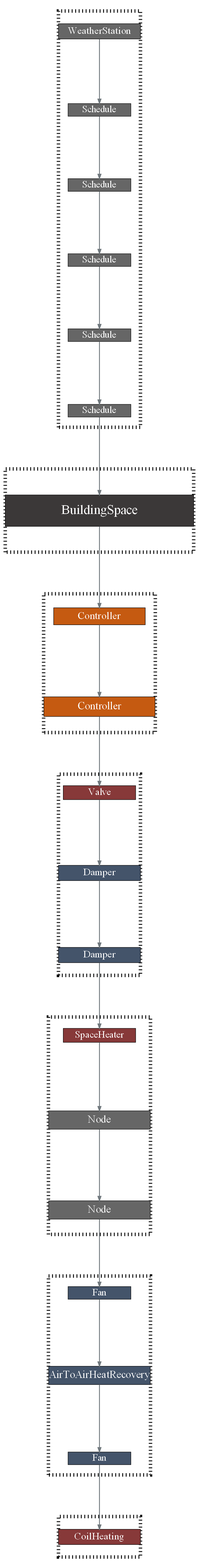
Above: execution_graph.png in JBjoernskov/Twin4Build (Graphviz), before the change. Its source is kept beside it as execution_graph.dot.
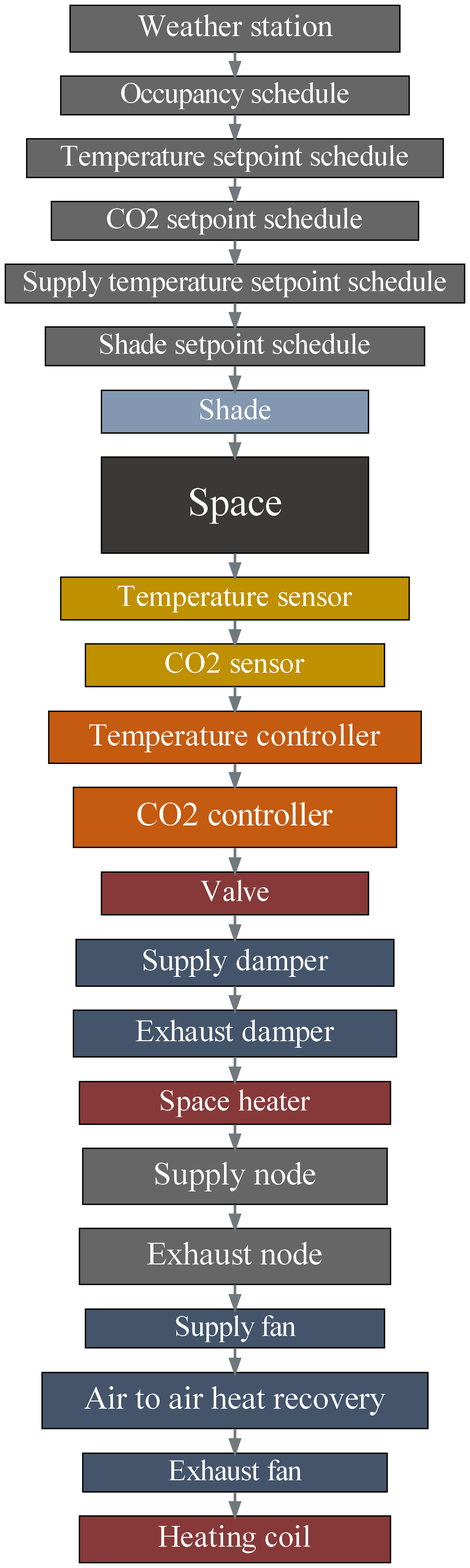
The same file after the commit.

The edit, as a diff of the source:
```diff
@@ -1,74 +1,72 @@
 digraph G {
-weather_station -> occupancy_schedule  [label=""];
-occupancy_schedule -> indoor_temperature_setpoint_schedule  [label=""];
-indoor_temperature_setpoint_schedule -> co2_setpoint_schedule  [label=""];
-co2_setpoint_schedule -> supply_air_temperature_setpoint_schedule  [label=""];
-supply_air_temperature_setpoint_schedule -> shade_setpoint_schedule  [label=""];
-subgraph cluster_0 {
-penwidth=8;
-style=dotted;
-weather_station [color=black, fillcolor="#666666", fontsize=23.23076923076923, height=0.49230769230769234, label=WeatherStation, width=2.615384615384615];
-occupancy_schedule [color=black, fillcolor="#666666", fontsize=22.0, height=0.4000000000000001, label=Schedule, width=1.9999999999999993];
-indoor_temperature_setpoint_schedule [color=black, fillcolor="#666666", fontsize=22.0, height=0.4000000000000001, label=Schedule, width=1.9999999999999993];
-co2_setpoint_schedule [color=black, fillcolor="#666666", fontsize=22.0, height=0.4000000000000001, label=Schedule, width=1.9999999999999993];
-supply_air_temperature_setpoint_schedule [color=black, fillcolor="#666666", fontsize=22.0, height=0.4000000000000001, label=Schedule, width=1.9999999999999993];
-shade_setpoint_schedule [color=black, fillcolor="#666666", fontsize=22.0, height=0.4000000000000001, label=Schedule, width=1.9999999999999993];
+"Weather station" -> "Occupancy schedule"  [label=""];
+"Occupancy schedule" -> "Temperature setpoint schedule"  [label=""];
+"Temperature setpoint schedule" -> "CO2 setpoint schedule"  [label=""];
+"CO2 setpoint schedule" -> "Supply temperature setpoint schedule"  [label=""];
+"Supply temperature setpoint schedule" -> "Shade setpoint schedule"  [label=""];
+subgraph  {
+"Weather station" [color=black, fillcolor="#666666", fontsize=23.23076923076923, height=0.49230769230769234, label="Weather station", width=3.4292803970223327];
+"Occupancy schedule" [color=black, fillcolor="#666666", fontsize=22.0, height=0.4000000000000001, label="Occupancy schedule", width=3.6228287841191067];
+"Temperature setpoint schedule" [color=black, fillcolor="#666666", fontsize=22.0, height=0.4000000000000001, label="Temperature setpoint schedule", width=4.332506203473946];
+"CO2 setpoint schedule" [color=black, fillcolor="#666666", fontsize=22.0, height=0.4000000000000001, label="CO2 setpoint schedule", width=3.8163771712158807];
+"Supply temperature setpoint schedule" [color=black, fillcolor="#666666", fontsize=22.0, height=0.4000000000000001, label="Supply temperature setpoint schedule", width=4.784119106699752];
+"Shade setpoint schedule" [color=black, fillcolor="#666666", fontsize=22.0, height=0.4000000000000001, label="Shade setpoint schedule", width=3.945409429280397];
 }
 
-shade_setpoint_schedule -> "Ø20-601b-2"  [label=""];
-subgraph cluster_1 {
-penwidth=8;
-style=dotted;
-"Ø20-601b-2" [color=black, fillcolor="#3B3838", fontsize=30.0, height=1.0, label=BuildingSpace, width=6.0];
+"Shade setpoint schedule" -> "Shade"  [label=""];
+subgraph  {
+"Shade" [color=black, fillcolor="#8497B0", fontsize=22.615384615384613, height=0.44615384615384623, label=Shade, width=2.784119106699752];
 }
 
-"Ø20-601b-2" -> "C_temperature_Ø20-601b-2"  [label=""];
-"C_temperature_Ø20-601b-2" -> "C_CO2_Ø20-601b-2"  [label=""];
-subgraph cluster_2 {
-penwidth=8;
-style=dotted;
-"C_temperature_Ø20-601b-2" [color=black, fillcolor="#C55A11", fontsize=23.846153846153847, height=0.5384615384615385, label=Controller, width=2.9230769230769225];
-"C_CO2_Ø20-601b-2" [color=black, fillcolor="#C55A11", fontsize=25.076923076923077, height=0.6307692307692307, label=Controller, width=3.538461538461538];
+"Shade" -> "Space"  [label=""];
+subgraph  {
+"Space" [color=black, fillcolor="#3B3838", fontsize=30.0, height=1.0, label=Space, width=2.784119106699752];
 }
 
-"C_CO2_Ø20-601b-2" -> "V_Ø20-601b-2"  [label=""];
-"V_Ø20-601b-2" -> "D_supply_Ø20-601b-2"  [label=""];
-"D_supply_Ø20-601b-2" -> "D_exhaust_Ø20-601b-2"  [label=""];
-subgraph cluster_3 {
-penwidth=8;
-style=dotted;
-"V_Ø20-601b-2" [color=black, fillcolor="#873939", fontsize=22.615384615384613, height=0.44615384615384623, label=Valve, width=2.307692307692307];
-"D_supply_Ø20-601b-2" [color=black, fillcolor="#44546A", fontsize=23.23076923076923, height=0.49230769230769234, label=Damper, width=2.615384615384615];
-"D_exhaust_Ø20-601b-2" [color=black, fillcolor="#44546A", fontsize=23.23076923076923, height=0.49230769230769234, label=Damper, width=2.615384615384615];
+"Space" -> "Temperature sensor"  [label=""];
+"Temperature sensor" -> "CO2 sensor"  [label=""];
+subgraph  {
+"Temperature sensor" [color=black, fillcolor="#BF9000", fontsize=22.615384615384613, height=0.44615384615384623, label="Temperature sensor", width=3.6228287841191067];
+"CO2 sensor" [color=black, fillcolor="#BF9000", fontsize=22.615384615384613, height=0.44615384615384623, label="CO2 sensor", width=3.106699751861042];
 }
 
-"D_exhaust_Ø20-601b-2" -> "SH_Ø20-601b-2"  [label=""];
-"SH_Ø20-601b-2" -> N_supply_Ventilation1  [label=""];
-N_supply_Ventilation1 -> N_exhaust_Ventilation1  [label=""];
-subgraph cluster_4 {
-penwidth=8;
-style=dotted;
-"SH_Ø20-601b-2" [color=black, fillcolor="#873939", fontsize=22.615384615384613, height=0.44615384615384623, label=SpaceHeater, width=2.307692307692307];
-N_supply_Ventilation1 [color=black, fillcolor="#666666", fontsize=24.46153846153846, height=0.5846153846153846, label=Node, width=3.23076923076923];
-N_exhaust_Ventilation1 [color=black, fillcolor="#666666", fontsize=24.46153846153846, height=0.5846153846153846, label=Node, width=3.23076923076923];
+"CO2 sensor" -> "Temperature controller"  [label=""];
+"Temperature controller" -> "CO2 controller"  [label=""];
+subgraph  {
+"Temperature controller" [color=black, fillcolor="#C55A11", fontsize=23.846153846153847, height=0.5384615384615385, label="Temperature controller", width=3.880893300248139];
+"CO2 controller" [color=black, fillcolor="#C55A11", fontsize=25.076923076923077, height=0.6307692307692307, label="CO2 controller", width=3.3647642679900747];
 }
 
-N_exhaust_Ventilation1 -> F_supply_Ventilation1  [label=""];
-F_supply_Ventilation1 -> HR_Ventilation1  [label=""];
-HR_Ventilation1 -> F_exhaust_Ventilation1  [label=""];
-subgraph cluster_5 {
-penwidth=8;
-style=dotted;
-F_supply_Ventilation1 [color=black, fillcolor="#44546A", fontsize=22.0, height=0.4000000000000001, label=Fan, width=1.9999999999999993];
-HR_Ventilation1 [color=black, fillcolor="#44546A", fontsize=24.46153846153846, height=0.5846153846153846, label=AirToAirHeatRecovery, width=3.23076923076923];
-F_exhaust_Ventilation1 [color=black, fillcolor="#44546A", fontsize=22.0, height=0.4000000000000001, label=Fan, width=1.9999999999999993];
+"CO2 controller" -> "Valve"  [label=""];
+"Valve" -> "Supply damper"  [label=""];
+"Supply damper" -> "Exhaust damper"  [label=""];
+subgraph  {
+"Valve" [color=black, fillcolor="#873939", fontsize=22.615384615384613, height=0.44615384615384623, label=Valve, width=2.784119106699752];
+"Supply damper" [color=black, fillcolor="#44546A", fontsize=23.23076923076923, height=0.49230769230769234, label="Supply damper", width=3.3002481389578167];
+"Exhaust damper" [color=black, fillcolor="#44546A", fontsize=23.23076923076923, height=0.49230769230769234, label="Exhaust damper", width=3.3647642679900747];
 }
 
-F_exhaust_Ventilation1 -> HC_Ventilation1_Heating1  [label=""];
-subgraph cluster_6 {
-penwidth=8;
-style=dotted;
-HC_Ventilation1_Heating1 [color=black, fillcolor="#873939", fontsize=23.23076923076923, height=0.49230769230769234, label=CoilHeating, width=2.615384615384615];
+"Exhaust damper" -> "Space heater"  [label=""];
+"Space heater" -> "Supply node"  [label=""];
+"Supply node" -> "Exhaust node"  [label=""];
+subgraph  {
+"Space heater" [color=black, fillcolor="#873939", fontsize=22.615384615384613, height=0.44615384615384623, label="Space heater", width=3.2357320099255586];
+"Supply node" [color=black, fillcolor="#666666", fontsize=24.46153846153846, height=0.5846153846153846, label="Supply node", width=3.1712158808933006];
+"Exhaust node" [color=black, fillcolor="#666666", fontsize=24.46153846153846, height=0.5846153846153846, label="Exhaust node", width=3.2357320099255586];
+}
+
+"Exhaust node" -> "Supply fan"  [label=""];
+"Supply fan" -> "Air to air heat recovery"  [label=""];
+"Air to air heat recovery" -> "Exhaust fan"  [label=""];
+subgraph  {
+"Supply fan" [color=black, fillcolor="#44546A", fontsize=22.0, height=0.4000000000000001, label="Supply fan", width=3.106699751861042];
+"Air to air heat recovery" [color=black, fillcolor="#44546A", fontsize=24.46153846153846, height=0.5846153846153846, label="Air to air heat recovery", width=4.009925558312656];
+"Exhaust fan" [color=black, fillcolor="#44546A", fontsize=22.0, height=0.4000000000000001, label="Exhaust fan", width=3.1712158808933006];
+}
+
+"Exhaust fan" -> "Heating coil"  [label=""];
+subgraph  {
+"Heating coil" [color=black, fillcolor="#873939", fontsize=23.23076923076923, height=0.49230769230769234, label="Heating coil", width=3.2357320099255586];
 }
 
 }
```
